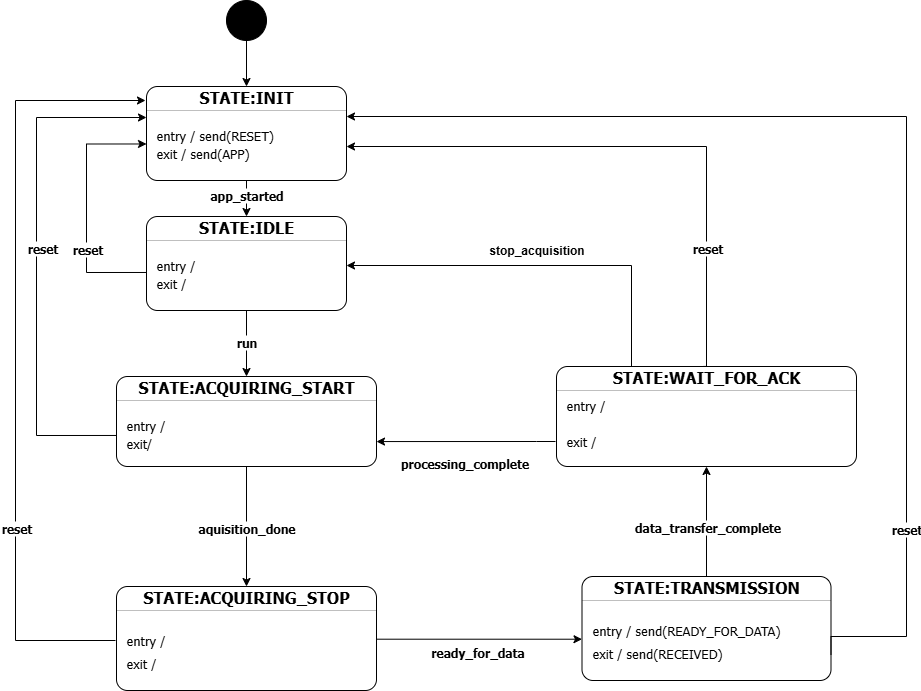
Above: docs/img/statemaschine_SW.png in wirthda/usb-oscilloscope (draw.io), before the change. Source tidied: cells renumbered, new cells last; positions are measured from the earlier drawing's top-left corner, leaving out a move shared by most shapes.
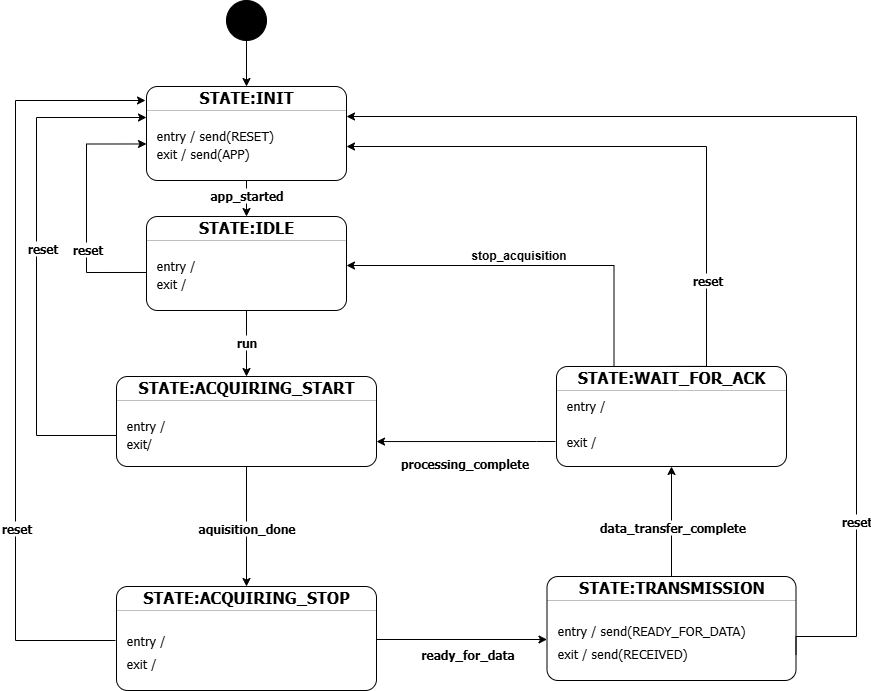
Above is the later version.

The edit, as a diff of the source:
```diff
@@ -90,7 +90,7 @@
       <mxGeometry y="84" width="260" height="20" as="geometry" />
     </mxCell>
     <mxCell id="31" style="fontStyle=1;align=center;verticalAlign=middle;horizontal=1;rounded=1;absoluteArcSize=1;arcSize=22;fontFamily=Tahoma;" parent="1" vertex="1">
-      <mxGeometry x="566.5" y="576" width="249" height="104" as="geometry" />
+      <mxGeometry x="531.5" y="576" width="249" height="104" as="geometry" />
     </mxCell>
     <mxCell id="32" value="&lt;span style=&quot;&quot;&gt;&lt;font style=&quot;font-size: 16px;&quot;&gt;&lt;b&gt;STATE:TRANSMISSION&lt;/b&gt;&lt;/font&gt;&lt;/span&gt;" style="html=1;align=center;spacing=0;verticalAlign=middle;strokeColor=none;fillColor=none;whiteSpace=wrap;fontFamily=Tahoma;" parent="31" vertex="1">
       <mxGeometry width="249" height="20" as="geometry" />
@@ -111,19 +111,19 @@
       <mxGeometry y="84" width="249" height="20" as="geometry" />
     </mxCell>
     <mxCell id="38" style="fontStyle=1;align=center;verticalAlign=middle;horizontal=1;rounded=1;absoluteArcSize=1;arcSize=22;fontFamily=Tahoma;" parent="1" vertex="1">
-      <mxGeometry x="541" y="366" width="300" height="100" as="geometry" />
+      <mxGeometry x="541" y="366" width="230" height="100" as="geometry" />
     </mxCell>
     <mxCell id="39" value="&lt;span style=&quot;&quot;&gt;&lt;b&gt;&lt;font style=&quot;font-size: 16px;&quot;&gt;STATE:WAIT_FOR_ACK&lt;/font&gt;&lt;/b&gt;&lt;/span&gt;" style="html=1;align=center;spacing=0;verticalAlign=middle;strokeColor=none;fillColor=none;whiteSpace=wrap;fontFamily=Tahoma;" parent="38" vertex="1">
-      <mxGeometry width="300" height="20" as="geometry" />
+      <mxGeometry width="230" height="20" as="geometry" />
     </mxCell>
     <mxCell id="40" style="line;strokeWidth=0.25;fillColor=none;align=left;verticalAlign=middle;spacingTop=-1;spacingLeft=3;spacingRight=3;labelPosition=right;fontFamily=Tahoma;" parent="38" vertex="1">
-      <mxGeometry y="20" width="300" height="8" as="geometry" />
+      <mxGeometry y="20" width="230" height="8" as="geometry" />
     </mxCell>
     <mxCell id="41" value="&lt;span&gt;entry /&amp;nbsp;&lt;/span&gt;" style="html=1;align=left;spacing=0;spacingLeft=10;verticalAlign=middle;strokeColor=none;fillColor=none;whiteSpace=wrap;fontFamily=Tahoma;fontSize=13;" parent="38" vertex="1">
-      <mxGeometry y="28" width="300" height="22" as="geometry" />
+      <mxGeometry y="28" width="230" height="22" as="geometry" />
     </mxCell>
     <mxCell id="42" value="&lt;font&gt;exit /&amp;nbsp;&lt;/font&gt;" style="html=1;align=left;spacingLeft=10;spacing=0;verticalAlign=middle;strokeColor=none;fillColor=none;whiteSpace=wrap;fontFamily=Tahoma;fontSize=13;" parent="38" vertex="1">
-      <mxGeometry y="50" width="300" height="50" as="geometry" />
+      <mxGeometry y="50" width="230" height="50" as="geometry" />
     </mxCell>
     <mxCell id="43" style="edgeStyle=orthogonalEdgeStyle;rounded=0;jettySize=auto;html=1;exitX=0.5;exitY=1;exitDx=0;exitDy=0;entryX=0.5;entryY=0;entryDx=0;entryDy=0;fontFamily=Tahoma;" parent="1" edge="1" source="10" target="12">
       <mxGeometry relative="1" as="geometry" />
@@ -149,19 +149,17 @@
         <mxPoint y="5" as="offset" />
       </mxGeometry>
     </mxCell>
-    <mxCell id="49" style="edgeStyle=orthogonalEdgeStyle;rounded=0;orthogonalLoop=1;jettySize=auto;html=1;exitX=1;exitY=0.5;exitDx=0;exitDy=0;entryX=0;entryY=0.565;entryDx=0;entryDy=0;fontFamily=Tahoma;entryPerimeter=0;" parent="1" edge="1">
+    <mxCell id="49" style="edgeStyle=orthogonalEdgeStyle;rounded=0;jettySize=auto;html=1;exitX=1;exitY=0.5;exitDx=0;exitDy=0;fontFamily=Tahoma;" parent="1" edge="1" target="35">
       <mxGeometry relative="1" as="geometry">
         <mxPoint x="361" y="637.2" as="sourcePoint" />
-        <mxPoint x="566.5" y="638.7" as="targetPoint" />
         <Array as="points">
-          <mxPoint x="361" y="638.8" />
-          <mxPoint x="567" y="638.8" />
+          <mxPoint x="361" y="639" />
         </Array>
       </mxGeometry>
     </mxCell>
     <mxCell id="50" value="&lt;span&gt;ready_for_data&lt;/span&gt;" style="edgeLabel;html=1;align=center;verticalAlign=middle;fontFamily=Tahoma;fontSize=12;fontStyle=1;" parent="49" vertex="1">
       <mxGeometry x="-0.02" relative="1" as="geometry">
-        <mxPoint x="1" y="13" as="offset" />
+        <mxPoint x="8" y="14" as="offset" />
       </mxGeometry>
     </mxCell>
     <mxCell id="51" style="edgeStyle=orthogonalEdgeStyle;rounded=0;jettySize=auto;html=1;exitX=0.491;exitY=-0.003;exitDx=0;exitDy=0;fontFamily=Tahoma;entryX=1.008;entryY=1.179;entryDx=0;entryDy=0;entryPerimeter=0;exitPerimeter=0;" parent="1" edge="1" source="39">
@@ -242,8 +240,9 @@
       <mxGeometry relative="1" as="geometry">
         <mxPoint x="331" y="116" as="targetPoint" />
         <Array as="points">
-          <mxPoint x="891" y="636" />
-          <mxPoint x="891" y="116" />
+          <mxPoint x="781" y="636" />
+          <mxPoint x="841" y="636" />
+          <mxPoint x="841" y="116" />
         </Array>
       </mxGeometry>
     </mxCell>
```
